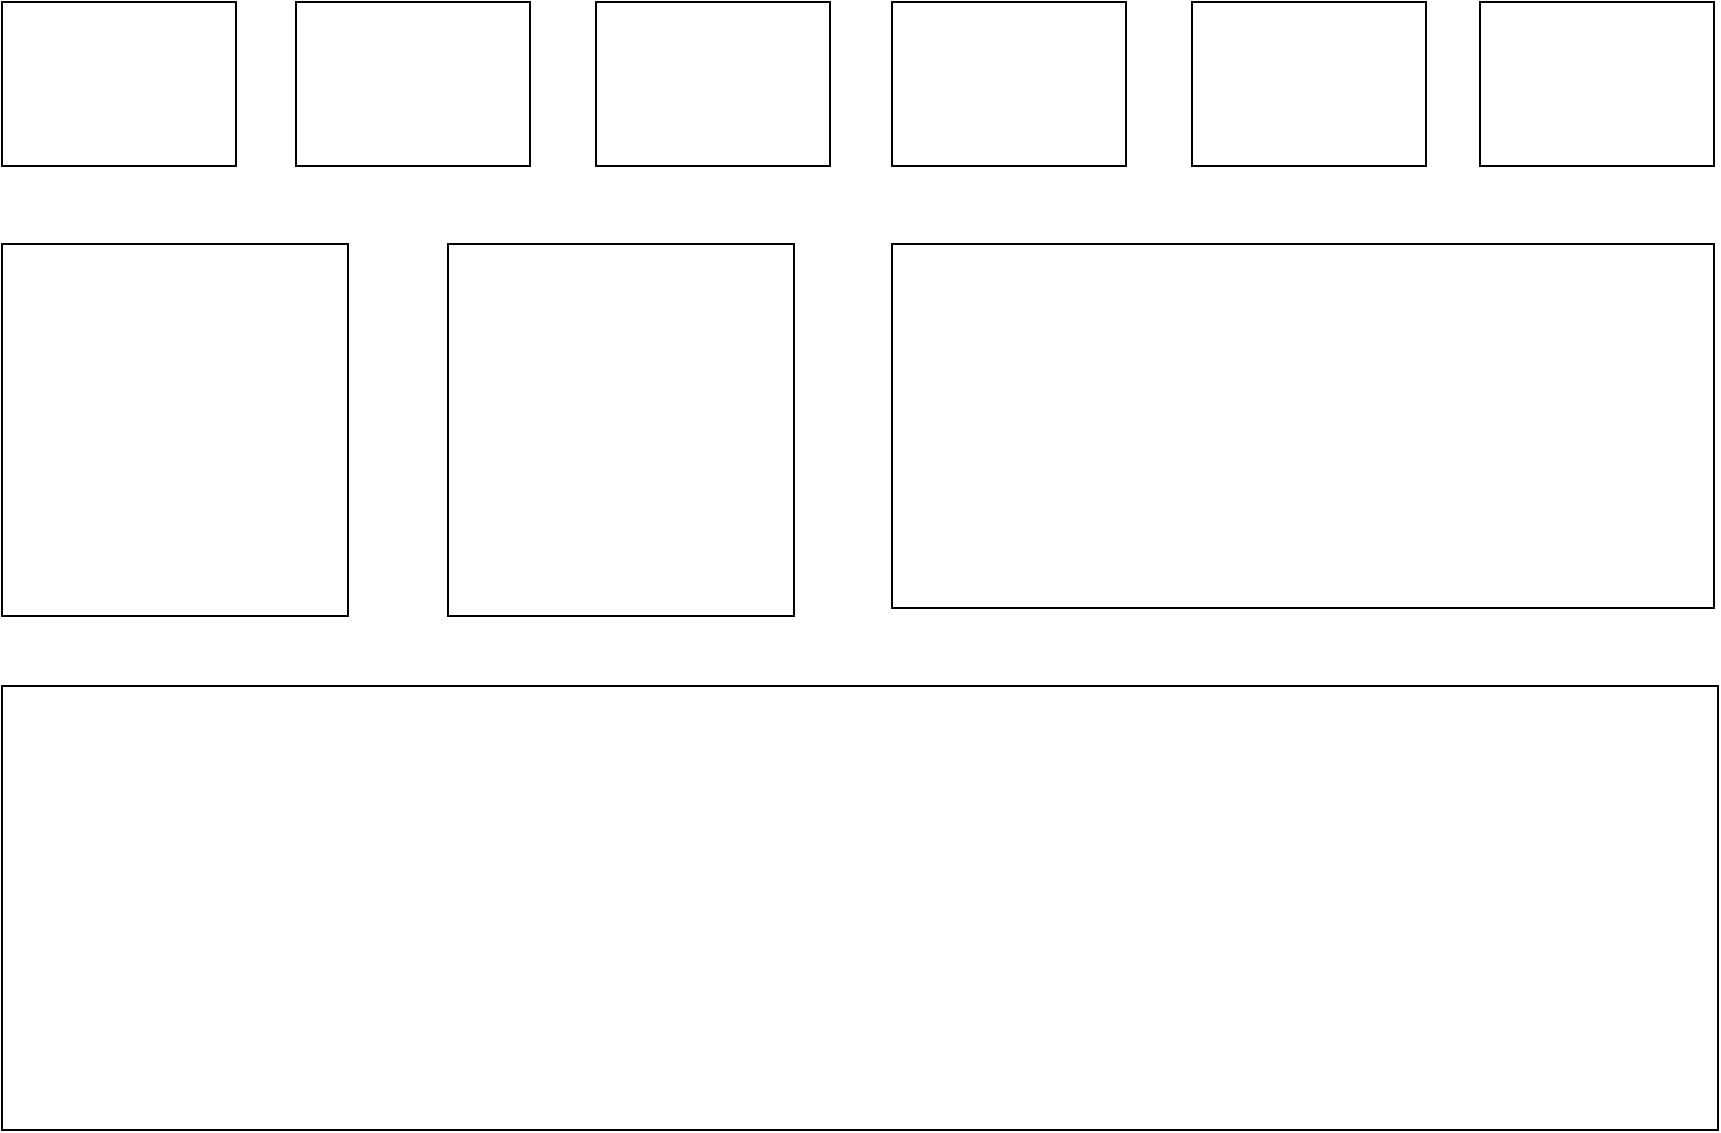
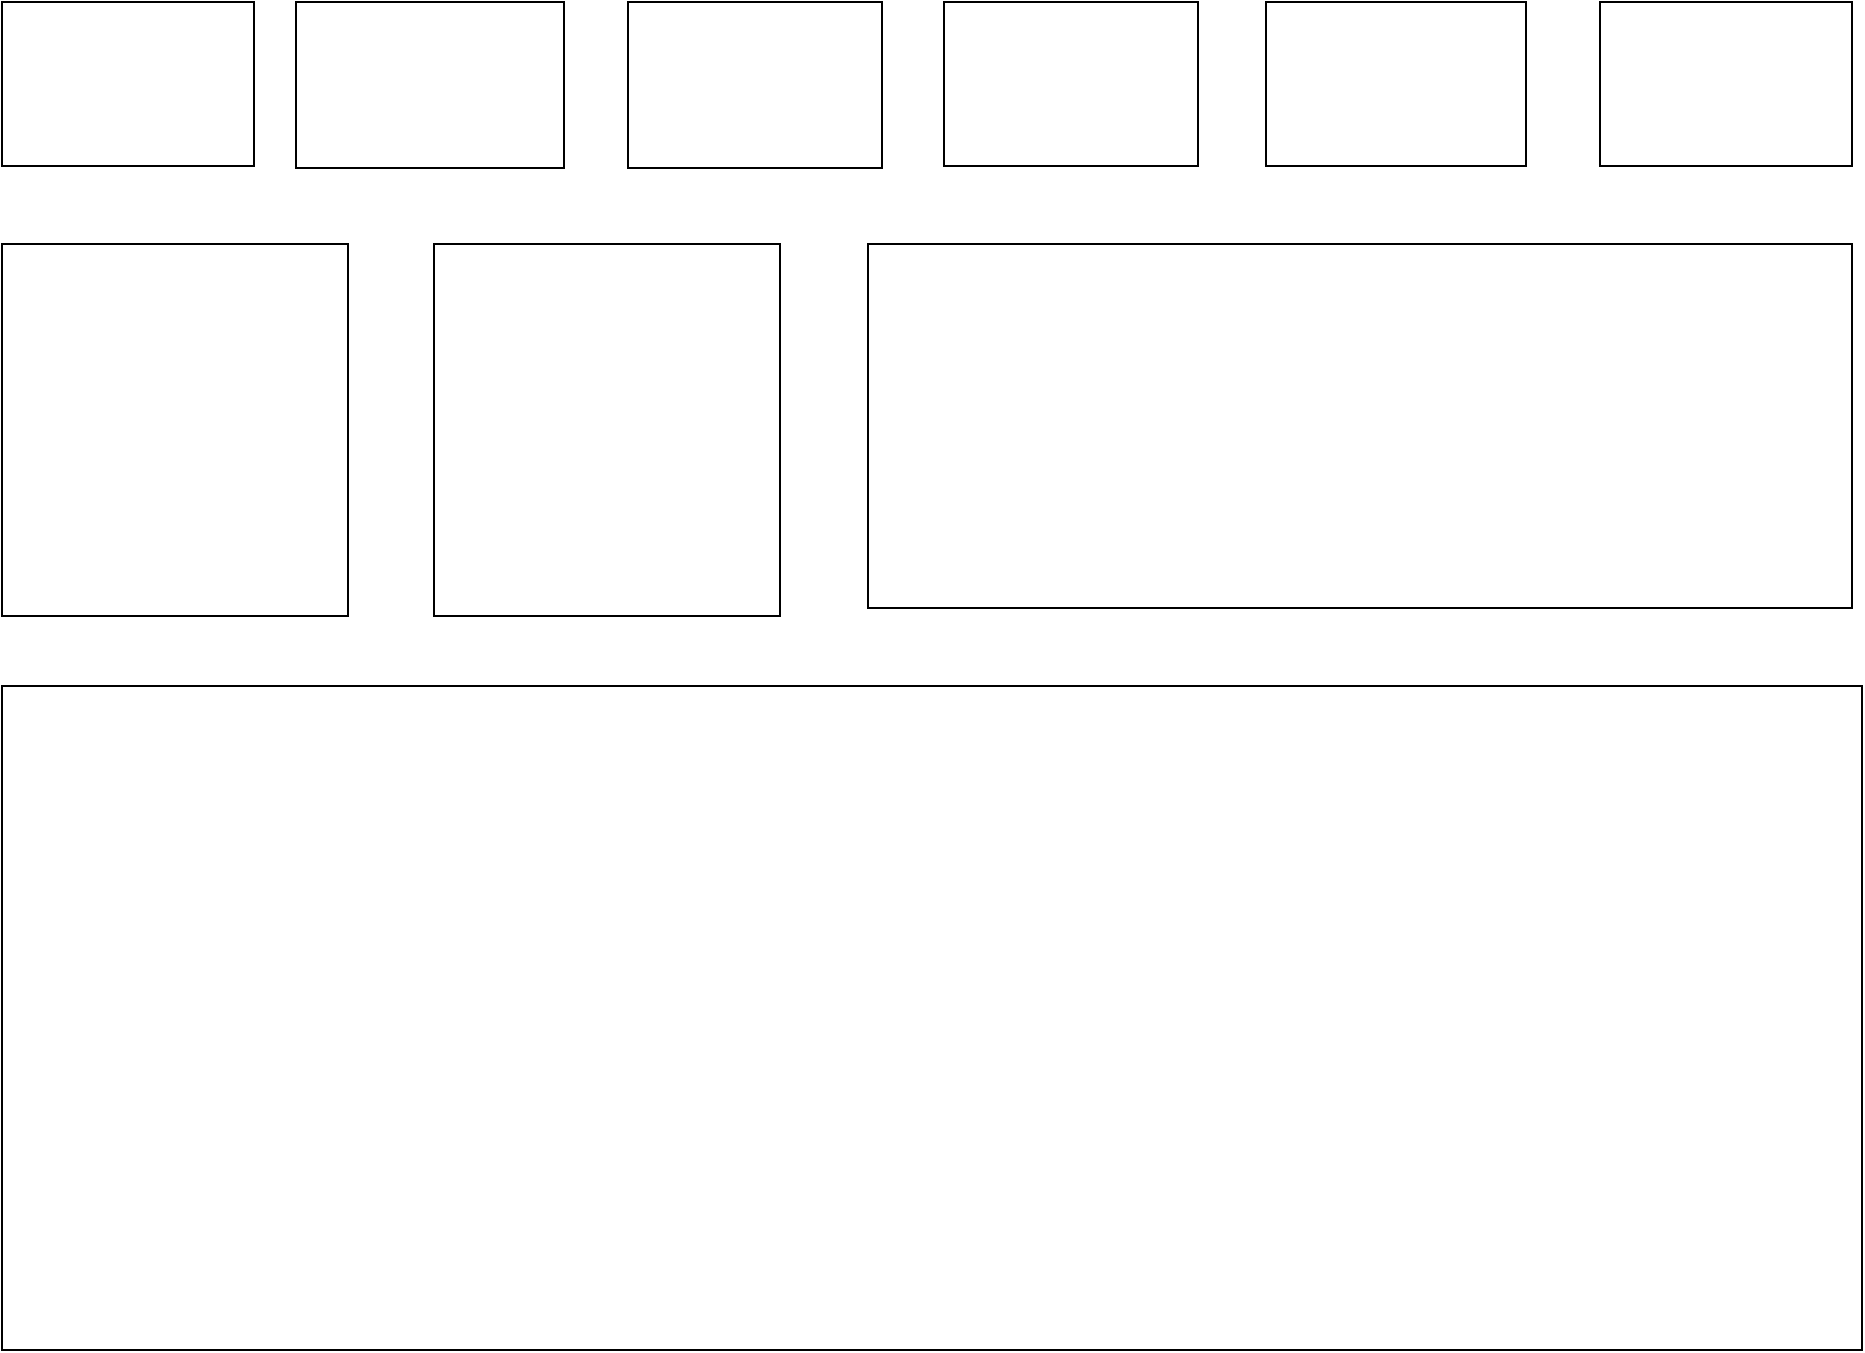
<mxfile host="app.diagrams.net">
  <diagram name="第 1 页" id="F3xBNw9IfH0KtEBeYUQj">
-     <mxGraphModel dx="1020" dy="570" grid="0" gridSize="10" guides="0" tooltips="1" connect="0" arrows="0" fold="1" page="1" pageScale="1" pageWidth="900" pageHeight="400" math="0" shadow="0">
+     <mxGraphModel dx="1200" dy="671" grid="0" gridSize="10" guides="1" tooltips="1" connect="0" arrows="0" fold="1" page="1" pageScale="1" pageWidth="980" pageHeight="690" math="0" shadow="0">
      <root>
        <mxCell id="0" />
        <mxCell id="1" parent="0" />
        <mxCell id="cVqPTGZclnyzLkwCLqgC-1" parent="1" style="rounded=0;whiteSpace=wrap;html=1;" value="" vertex="1">
-           <mxGeometry height="82" width="117" x="23" y="40" as="geometry" />
+           <mxGeometry height="82" width="126" x="23" y="40" as="geometry" />
        </mxCell>
        <mxCell id="cVqPTGZclnyzLkwCLqgC-12" parent="1" style="rounded=0;whiteSpace=wrap;html=1;" value="" vertex="1">
-           <mxGeometry height="82" width="117" x="170" y="40" as="geometry" />
+           <mxGeometry height="83" width="134" x="170" y="40" as="geometry" />
        </mxCell>
        <mxCell id="cVqPTGZclnyzLkwCLqgC-13" parent="1" style="rounded=0;whiteSpace=wrap;html=1;" value="" vertex="1">
-           <mxGeometry height="82" width="117" x="320" y="40" as="geometry" />
+           <mxGeometry height="83" width="127" x="336" y="40" as="geometry" />
        </mxCell>
        <mxCell id="cVqPTGZclnyzLkwCLqgC-14" parent="1" style="rounded=0;whiteSpace=wrap;html=1;" value="" vertex="1">
-           <mxGeometry height="82" width="117" x="468" y="40" as="geometry" />
+           <mxGeometry height="82" width="127" x="494" y="40" as="geometry" />
        </mxCell>
        <mxCell id="cVqPTGZclnyzLkwCLqgC-15" parent="1" style="rounded=0;whiteSpace=wrap;html=1;" value="" vertex="1">
-           <mxGeometry height="82" width="117" x="618" y="40" as="geometry" />
+           <mxGeometry height="82" width="130" x="655" y="40" as="geometry" />
        </mxCell>
        <mxCell id="cVqPTGZclnyzLkwCLqgC-16" parent="1" style="rounded=0;whiteSpace=wrap;html=1;" value="" vertex="1">
-           <mxGeometry height="82" width="117" x="762" y="40" as="geometry" />
+           <mxGeometry height="82" width="126" x="822" y="40" as="geometry" />
        </mxCell>
        <mxCell id="cVqPTGZclnyzLkwCLqgC-17" parent="1" style="rounded=0;whiteSpace=wrap;html=1;" value="" vertex="1">
-           <mxGeometry height="182" width="411" x="468" y="161" as="geometry" />
+           <mxGeometry height="182" width="492" x="456" y="161" as="geometry" />
        </mxCell>
        <mxCell id="cVqPTGZclnyzLkwCLqgC-18" parent="1" style="rounded=0;whiteSpace=wrap;html=1;" value="" vertex="1">
          <mxGeometry height="186" width="173" x="23" y="161" as="geometry" />
        </mxCell>
        <mxCell id="cVqPTGZclnyzLkwCLqgC-19" parent="1" style="rounded=0;whiteSpace=wrap;html=1;" value="" vertex="1">
-           <mxGeometry height="186" width="173" x="246" y="161" as="geometry" />
+           <mxGeometry height="186" width="173" x="239" y="161" as="geometry" />
        </mxCell>
        <mxCell id="cVqPTGZclnyzLkwCLqgC-20" parent="1" style="rounded=0;whiteSpace=wrap;html=1;" value="" vertex="1">
-           <mxGeometry height="222" width="858" x="23" y="382" as="geometry" />
+           <mxGeometry height="332" width="930" x="23" y="382" as="geometry" />
        </mxCell>
      </root>
    </mxGraphModel>
  </diagram>
</mxfile>
